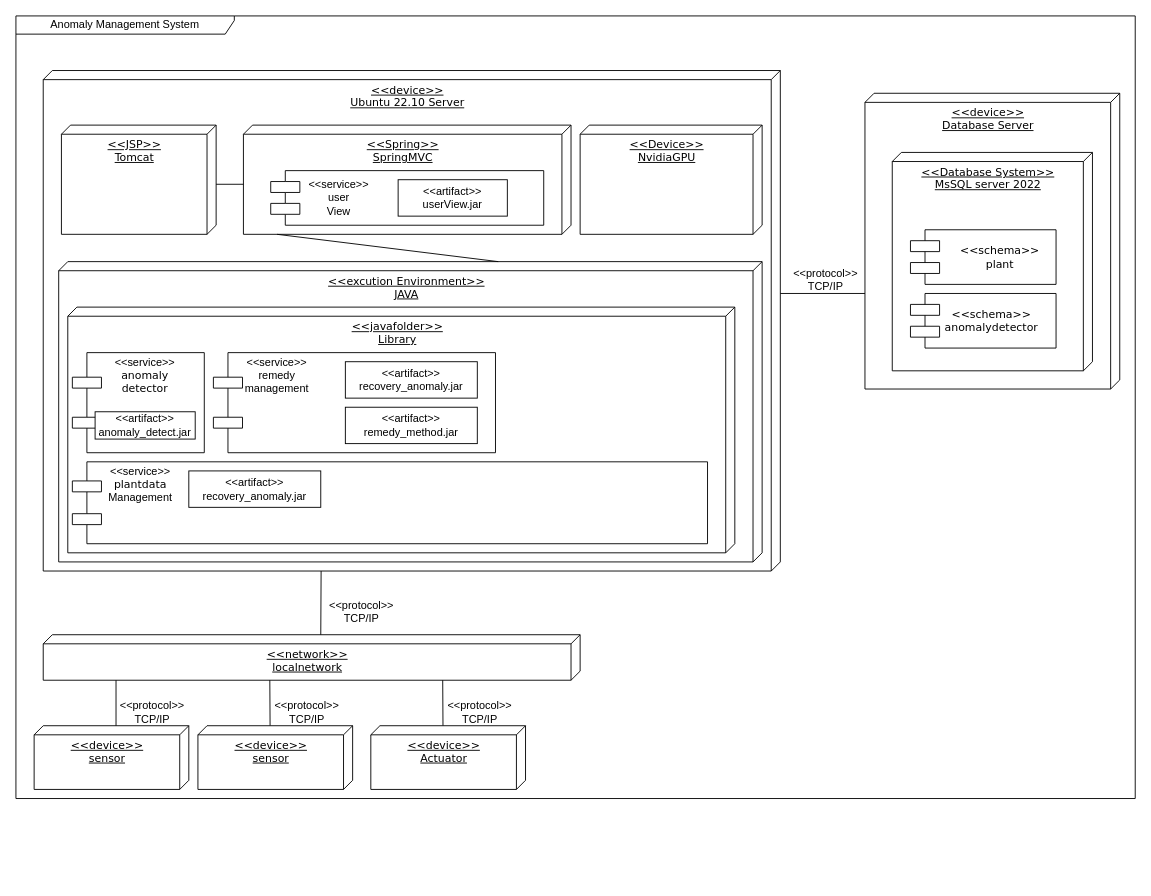
The draw.io diagram 실습7_deployment diagram.drawio in ShineSoYoung/TEST, before the edit. Source tidied: cells renumbered, new cells numbered last; positions are measured from the earlier drawing's top-left corner, leaving out a move shared by most shapes. Both pictures are drawn from the tidied source at 91%, with x=0, y=0 at pixel (15, 15).
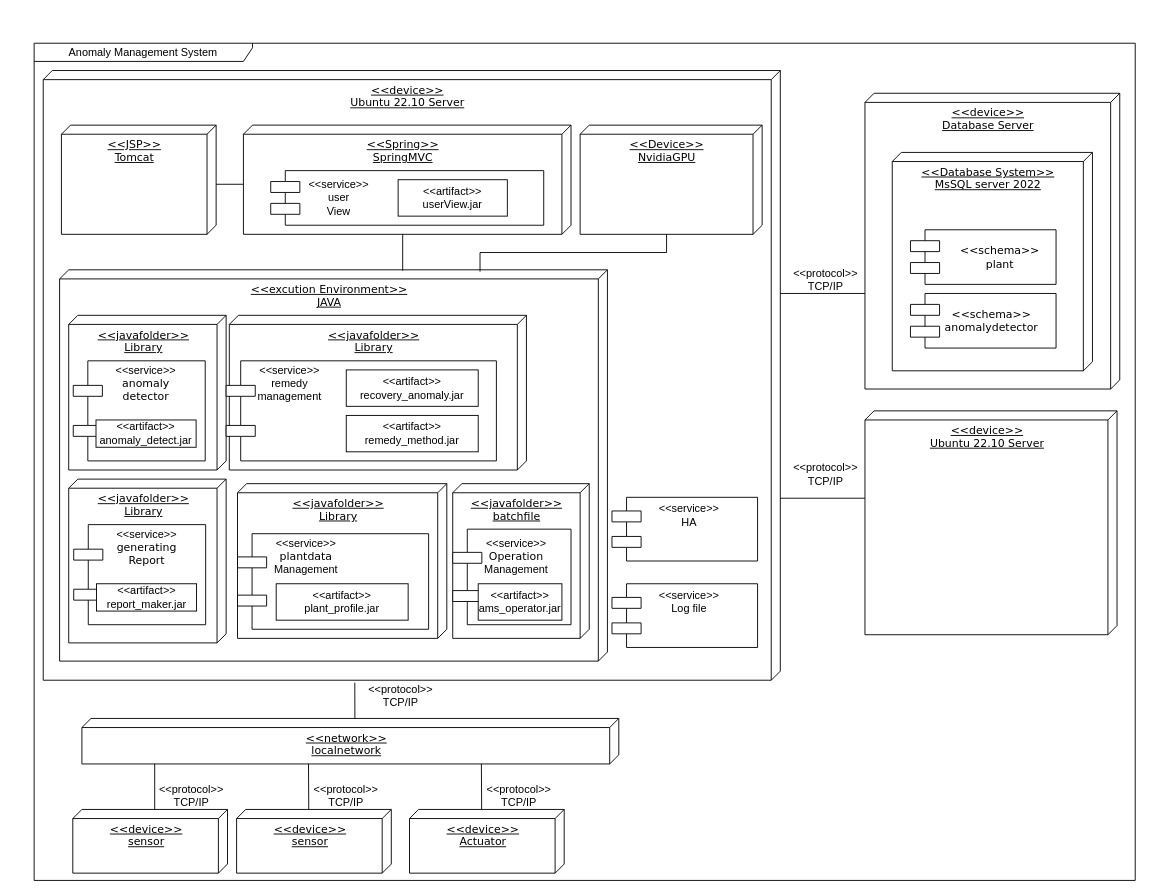
After the change.

Commit message (it also covers changes not shown here):
실습7_deployment diagram.drawio 업데이트

Unchanged cells that the change refers to:
```xml
<mxCell id="7" value="&amp;lt;&amp;lt;Spring&amp;gt;&amp;gt;&lt;br&gt;SpringMVC" style="verticalAlign=top;align=center;spacingTop=8;spacingLeft=2;spacingRight=12;shape=cube;size=10;direction=south;fontStyle=4;html=1;rounded=0;shadow=0;comic=0;labelBackgroundColor=none;strokeWidth=1;fontFamily=Verdana;fontSize=12;" parent="1" vertex="1">
  <mxGeometry x="250" y="120" width="360" height="120" as="geometry" />
</mxCell>
<mxCell id="19" value="&amp;lt;&amp;lt;Device&amp;gt;&amp;gt;&lt;br&gt;NvidiaGPU" style="verticalAlign=top;align=center;spacingTop=8;spacingLeft=2;spacingRight=12;shape=cube;size=10;direction=south;fontStyle=4;html=1;rounded=0;shadow=0;comic=0;labelBackgroundColor=none;strokeWidth=1;fontFamily=Verdana;fontSize=12;" parent="1" vertex="1">
  <mxGeometry x="620" y="120" width="200" height="120" as="geometry" />
</mxCell>
```

The edit, as a diff of the source:
```diff
@@
     <mxCell id="2" value="&amp;lt;&amp;lt;device&amp;gt;&amp;gt; &lt;br&gt;Ubuntu 22.10 Server" style="verticalAlign=top;align=center;spacingTop=8;spacingLeft=2;spacingRight=12;shape=cube;size=10;direction=south;fontStyle=4;html=1;rounded=0;shadow=0;comic=0;labelBackgroundColor=none;strokeWidth=1;fontFamily=Verdana;fontSize=12;" parent="1" vertex="1">
-      <mxGeometry x="30" y="60" width="810" height="550" as="geometry" />
+      <mxGeometry x="30" y="60" width="810" height="670" as="geometry" />
     </mxCell>
     <mxCell id="3" value="Anomaly Management System" style="shape=umlFrame;whiteSpace=wrap;html=1;width=240;height=20;" parent="1" vertex="1">
-      <mxGeometry width="1230" height="860" as="geometry" />
+      <mxGeometry x="20" y="30" width="1210" height="920" as="geometry" />
     </mxCell>
@@
     <mxCell id="10" value="&amp;lt;&amp;lt;device&amp;gt;&amp;gt;&lt;br&gt;sensor" style="verticalAlign=top;align=center;spacingTop=8;spacingLeft=2;spacingRight=12;shape=cube;size=10;direction=south;fontStyle=4;html=1;rounded=0;shadow=0;comic=0;labelBackgroundColor=none;strokeWidth=1;fontFamily=Verdana;fontSize=12;" parent="1" vertex="1">
-      <mxGeometry x="20" y="780" width="170" height="70" as="geometry" />
+      <mxGeometry x="62.5" y="872" width="170" height="70" as="geometry" />
     </mxCell>
     <mxCell id="11" value="&amp;lt;&amp;lt;network&amp;gt;&amp;gt;&lt;br&gt;localnetwork" style="verticalAlign=top;align=center;spacingTop=8;spacingLeft=2;spacingRight=12;shape=cube;size=10;direction=south;fontStyle=4;html=1;rounded=0;shadow=0;comic=0;labelBackgroundColor=none;strokeWidth=1;fontFamily=Verdana;fontSize=12;" parent="1" vertex="1">
-      <mxGeometry x="30" y="680" width="590" height="50" as="geometry" />
+      <mxGeometry x="72.5" y="772" width="590" height="50" as="geometry" />
     </mxCell>
     <mxCell id="12" style="endArrow=none;html=1;rounded=0;exitX=0;exitY=0;exitDx=0;exitDy=80;exitPerimeter=0;" parent="1" edge="1" source="10">
       <mxGeometry relative="1" as="geometry">
-        <mxPoint x="110" y="730" as="targetPoint" />
+        <mxPoint x="152.5" y="822" as="targetPoint" />
       </mxGeometry>
     </mxCell>
     <mxCell id="13" style="endArrow=none;html=1;rounded=0;exitX=0;exitY=0;exitDx=0;exitDy=80;exitPerimeter=0;" parent="1" edge="1">
       <mxGeometry relative="1" as="geometry">
-        <mxPoint x="279.3" y="780" as="sourcePoint" />
-        <mxPoint x="279" y="730" as="targetPoint" />
+        <mxPoint x="321.8" y="872" as="sourcePoint" />
+        <mxPoint x="321.5" y="822" as="targetPoint" />
       </mxGeometry>
     </mxCell>
     <mxCell id="14" value="&amp;lt;&amp;lt;protocol&amp;gt;&amp;gt;&lt;br&gt;TCP/IP" style="text;html=1;strokeColor=none;fillColor=none;align=center;verticalAlign=middle;whiteSpace=wrap;rounded=0;" parent="1" vertex="1">
-      <mxGeometry x="290" y="750" width="60" height="30" as="geometry" />
+      <mxGeometry x="332.5" y="842" width="60" height="30" as="geometry" />
     </mxCell>
     <mxCell id="15" value="&amp;lt;&amp;lt;protocol&amp;gt;&amp;gt;&lt;br&gt;TCP/IP" style="text;html=1;strokeColor=none;fillColor=none;align=center;verticalAlign=middle;whiteSpace=wrap;rounded=0;" parent="1" vertex="1">
-      <mxGeometry x="120" y="750" width="60" height="30" as="geometry" />
+      <mxGeometry x="162.5" y="842" width="60" height="30" as="geometry" />
     </mxCell>
@@
     <mxCell id="17" value="&amp;lt;&amp;lt;device&amp;gt;&amp;gt;&lt;br&gt;sensor" style="verticalAlign=top;align=center;spacingTop=8;spacingLeft=2;spacingRight=12;shape=cube;size=10;direction=south;fontStyle=4;html=1;rounded=0;shadow=0;comic=0;labelBackgroundColor=none;strokeWidth=1;fontFamily=Verdana;fontSize=12;" parent="1" vertex="1">
-      <mxGeometry x="200" y="780" width="170" height="70" as="geometry" />
+      <mxGeometry x="242.5" y="872" width="170" height="70" as="geometry" />
     </mxCell>
-    <mxCell id="18" style="endArrow=none;html=1;rounded=0;entryX=1;entryY=0.623;entryDx=0;entryDy=0;entryPerimeter=0;" parent="1" edge="1" target="2">
+    <mxCell id="18" style="endArrow=none;html=1;rounded=0;entryX=1.004;entryY=0.639;entryDx=0;entryDy=0;entryPerimeter=0;exitX=0;exitY=0;exitDx=0;exitDy=290;exitPerimeter=0;" parent="1" edge="1" source="11">
       <mxGeometry relative="1" as="geometry">
-        <mxPoint x="335" y="680" as="sourcePoint" />
+        <mxPoint x="372.4" y="732.7" as="targetPoint" />
       </mxGeometry>
     </mxCell>
@@
     <mxCell id="20" value="&amp;lt;&amp;lt;excution Environment&amp;gt;&amp;gt;&lt;br&gt;JAVA" style="verticalAlign=top;align=center;spacingTop=8;spacingLeft=2;spacingRight=12;shape=cube;size=10;direction=south;fontStyle=4;html=1;rounded=0;shadow=0;comic=0;labelBackgroundColor=none;strokeWidth=1;fontFamily=Verdana;fontSize=12;" parent="1" vertex="1">
-      <mxGeometry x="47" y="270" width="773" height="330" as="geometry" />
+      <mxGeometry x="48" y="279" width="602" height="430" as="geometry" />
     </mxCell>
     <mxCell id="21" value="&amp;lt;&amp;lt;javafolder&amp;gt;&amp;gt;&lt;br&gt;Library" style="verticalAlign=top;align=center;spacingTop=8;spacingLeft=2;spacingRight=12;shape=cube;size=10;direction=south;fontStyle=4;html=1;rounded=0;shadow=0;comic=0;labelBackgroundColor=none;strokeWidth=1;fontFamily=Verdana;fontSize=12;" parent="1" vertex="1">
-      <mxGeometry x="57" y="320" width="733" height="270" as="geometry" />
+      <mxGeometry x="58" y="329" width="173" height="170" as="geometry" />
     </mxCell>
-    <mxCell id="22" style="shape=component;align=center;spacingLeft=36;rounded=0;shadow=0;comic=0;labelBackgroundColor=none;strokeWidth=1;fontFamily=Verdana;fontSize=12;html=1;" parent="1" vertex="1">
-      <mxGeometry x="62" y="370" width="145" height="110" as="geometry" />
-    </mxCell>
-    <mxCell id="23" value="&lt;div style=&quot;text-align: center;&quot;&gt;&lt;br&gt;&lt;/div&gt;&lt;br&gt;&lt;br&gt;" style="shape=component;align=left;spacingLeft=36;rounded=0;shadow=0;comic=0;labelBackgroundColor=none;strokeWidth=1;fontFamily=Verdana;fontSize=12;html=1;" parent="1" vertex="1">
-      <mxGeometry x="217" y="370" width="310" height="110" as="geometry" />
-    </mxCell>
@@
     <mxCell id="26" style="endArrow=none;html=1;rounded=0;exitX=0;exitY=0;exitDx=0;exitDy=80;exitPerimeter=0;" parent="1" edge="1">
       <mxGeometry relative="1" as="geometry">
-        <mxPoint x="469.3" y="780" as="sourcePoint" />
-        <mxPoint x="469" y="730" as="targetPoint" />
+        <mxPoint x="511.8" y="872" as="sourcePoint" />
+        <mxPoint x="511.5" y="822" as="targetPoint" />
       </mxGeometry>
     </mxCell>
     <mxCell id="27" value="&amp;lt;&amp;lt;protocol&amp;gt;&amp;gt;&lt;br&gt;TCP/IP" style="text;html=1;strokeColor=none;fillColor=none;align=center;verticalAlign=middle;whiteSpace=wrap;rounded=0;" parent="1" vertex="1">
-      <mxGeometry x="480" y="750" width="60" height="30" as="geometry" />
+      <mxGeometry x="522.5" y="842" width="60" height="30" as="geometry" />
     </mxCell>
     <mxCell id="28" value="&amp;lt;&amp;lt;device&amp;gt;&amp;gt;&lt;br&gt;Actuator" style="verticalAlign=top;align=center;spacingTop=8;spacingLeft=2;spacingRight=12;shape=cube;size=10;direction=south;fontStyle=4;html=1;rounded=0;shadow=0;comic=0;labelBackgroundColor=none;strokeWidth=1;fontFamily=Verdana;fontSize=12;" parent="1" vertex="1">
-      <mxGeometry x="390" y="780" width="170" height="70" as="geometry" />
+      <mxGeometry x="432.5" y="872" width="170" height="70" as="geometry" />
     </mxCell>
@@
-    <mxCell id="30" style="endArrow=none;html=1;rounded=0;exitX=0;exitY=0;exitDx=0;exitDy=290;exitPerimeter=0;" parent="1" edge="1" source="20">
+    <mxCell id="30" style="endArrow=none;html=1;rounded=0;entryX=0;entryY=0;entryDx=120;entryDy=185;entryPerimeter=0;" parent="1" edge="1" target="7">
       <mxGeometry relative="1" as="geometry">
-        <mxPoint x="287" y="240" as="targetPoint" />
+        <mxPoint x="425" y="280" as="sourcePoint" />
       </mxGeometry>
     </mxCell>
@@
     <mxCell id="32" value="&amp;lt;&amp;lt;protocol&amp;gt;&amp;gt;&lt;br&gt;TCP/IP" style="text;html=1;strokeColor=none;fillColor=none;align=center;verticalAlign=middle;whiteSpace=wrap;rounded=0;" parent="1" vertex="1">
-      <mxGeometry x="350" y="640" width="60" height="30" as="geometry" />
+      <mxGeometry x="392.5" y="732" width="60" height="30" as="geometry" />
     </mxCell>
+    <mxCell id="40" value="&amp;lt;&amp;lt;service&amp;gt;&amp;gt;&lt;br&gt;user&lt;br&gt;View" style="text;html=1;strokeColor=none;fillColor=none;align=center;verticalAlign=middle;whiteSpace=wrap;rounded=0;" parent="1" vertex="1">
+      <mxGeometry x="320" y="185" width="70" height="30" as="geometry" />
+    </mxCell>
+    <mxCell id="42" value="&amp;lt;&amp;lt;javafolder&amp;gt;&amp;gt;&lt;br&gt;Library" style="verticalAlign=top;align=center;spacingTop=8;spacingLeft=2;spacingRight=12;shape=cube;size=10;direction=south;fontStyle=4;html=1;rounded=0;shadow=0;comic=0;labelBackgroundColor=none;strokeWidth=1;fontFamily=Verdana;fontSize=12;" parent="1" vertex="1">
+      <mxGeometry x="234.5" y="329" width="326.5" height="170" as="geometry" />
+    </mxCell>
+    <mxCell id="22" style="shape=component;align=center;spacingLeft=36;rounded=0;shadow=0;comic=0;labelBackgroundColor=none;strokeWidth=1;fontFamily=Verdana;fontSize=12;html=1;" parent="1" vertex="1">
+      <mxGeometry x="63" y="379" width="145" height="110" as="geometry" />
+    </mxCell>
+    <mxCell id="23" value="&lt;div style=&quot;text-align: center;&quot;&gt;&lt;br&gt;&lt;/div&gt;&lt;br&gt;&lt;br&gt;" style="shape=component;align=left;spacingLeft=36;rounded=0;shadow=0;comic=0;labelBackgroundColor=none;strokeWidth=1;fontFamily=Verdana;fontSize=12;html=1;" parent="1" vertex="1">
+      <mxGeometry x="231" y="379" width="297" height="110" as="geometry" />
+    </mxCell>
     <mxCell id="33" value="&amp;lt;&amp;lt;artifact&amp;gt;&amp;gt;&lt;br&gt;recovery_anomaly.jar" style="rounded=0;whiteSpace=wrap;html=1;" parent="1" vertex="1">
-      <mxGeometry x="362" y="380" width="145" height="40" as="geometry" />
+      <mxGeometry x="363" y="389" width="145" height="40" as="geometry" />
     </mxCell>
     <mxCell id="34" value="&amp;lt;&amp;lt;artifact&amp;gt;&amp;gt;&lt;br&gt;anomaly_detect.jar" style="rounded=0;whiteSpace=wrap;html=1;" parent="1" vertex="1">
-      <mxGeometry x="87" y="435" width="110" height="30" as="geometry" />
+      <mxGeometry x="88" y="444" width="110" height="30" as="geometry" />
     </mxCell>
-    <mxCell id="35" style="shape=component;align=left;spacingLeft=36;rounded=0;shadow=0;comic=0;labelBackgroundColor=none;strokeWidth=1;fontFamily=Verdana;fontSize=12;html=1;" parent="1" vertex="1">
-      <mxGeometry x="62" y="490" width="698" height="90" as="geometry" />
-    </mxCell>
     <mxCell id="36" value="&amp;lt;&amp;lt;service&amp;gt;&amp;gt;&lt;br style=&quot;border-color: var(--border-color); font-family: Verdana;&quot;&gt;&lt;span style=&quot;font-family: Verdana;&quot;&gt;anomaly&lt;/span&gt;&lt;br style=&quot;border-color: var(--border-color); font-family: Verdana;&quot;&gt;&lt;span style=&quot;font-family: Verdana;&quot;&gt;detector&lt;/span&gt;" style="text;html=1;strokeColor=none;fillColor=none;align=center;verticalAlign=middle;whiteSpace=wrap;rounded=0;" parent="1" vertex="1">
-      <mxGeometry x="112" y="380" width="60" height="30" as="geometry" />
+      <mxGeometry x="113" y="389" width="60" height="30" as="geometry" />
     </mxCell>
     <mxCell id="37" value="&amp;lt;&amp;lt;service&amp;gt;&amp;gt;&lt;br&gt;remedy&lt;br&gt;management" style="text;html=1;strokeColor=none;fillColor=none;align=center;verticalAlign=middle;whiteSpace=wrap;rounded=0;" parent="1" vertex="1">
-      <mxGeometry x="252" y="380" width="70" height="30" as="geometry" />
+      <mxGeometry x="266" y="389" width="70" height="30" as="geometry" />
     </mxCell>
+    <mxCell id="39" value="&amp;lt;&amp;lt;artifact&amp;gt;&amp;gt;&lt;br&gt;remedy_method.jar" style="rounded=0;whiteSpace=wrap;html=1;" parent="1" vertex="1">
+      <mxGeometry x="363" y="439" width="145" height="40" as="geometry" />
+    </mxCell>
+    <mxCell id="43" value="&amp;lt;&amp;lt;javafolder&amp;gt;&amp;gt;&lt;br&gt;Library" style="verticalAlign=top;align=center;spacingTop=8;spacingLeft=2;spacingRight=12;shape=cube;size=10;direction=south;fontStyle=4;html=1;rounded=0;shadow=0;comic=0;labelBackgroundColor=none;strokeWidth=1;fontFamily=Verdana;fontSize=12;" parent="1" vertex="1">
+      <mxGeometry x="243.5" y="514" width="230" height="170" as="geometry" />
+    </mxCell>
+    <mxCell id="35" style="shape=component;align=left;spacingLeft=36;rounded=0;shadow=0;comic=0;labelBackgroundColor=none;strokeWidth=1;fontFamily=Verdana;fontSize=12;html=1;" parent="1" vertex="1">
+      <mxGeometry x="243.5" y="569" width="210" height="105" as="geometry" />
+    </mxCell>
     <mxCell id="38" value="&amp;lt;&amp;lt;service&amp;gt;&amp;gt;&lt;br style=&quot;border-color: var(--border-color); font-family: Verdana;&quot;&gt;&lt;font face=&quot;Verdana&quot;&gt;plantdata&lt;br&gt;&lt;/font&gt;Management" style="text;html=1;strokeColor=none;fillColor=none;align=center;verticalAlign=middle;whiteSpace=wrap;rounded=0;" parent="1" vertex="1">
-      <mxGeometry x="107" y="500" width="60" height="30" as="geometry" />
+      <mxGeometry x="288.5" y="579" width="60" height="30" as="geometry" />
     </mxCell>
-    <mxCell id="39" value="&amp;lt;&amp;lt;artifact&amp;gt;&amp;gt;&lt;br&gt;remedy_method.jar" style="rounded=0;whiteSpace=wrap;html=1;" parent="1" vertex="1">
-      <mxGeometry x="362" y="430" width="145" height="40" as="geometry" />
-    </mxCell>
-    <mxCell id="40" value="&amp;lt;&amp;lt;service&amp;gt;&amp;gt;&lt;br&gt;user&lt;br&gt;View" style="text;html=1;strokeColor=none;fillColor=none;align=center;verticalAlign=middle;whiteSpace=wrap;rounded=0;" parent="1" vertex="1">
-      <mxGeometry x="320" y="185" width="70" height="30" as="geometry" />
-    </mxCell>
-    <mxCell id="41" value="&amp;lt;&amp;lt;artifact&amp;gt;&amp;gt;&lt;br&gt;recovery_anomaly.jar" style="rounded=0;whiteSpace=wrap;html=1;" parent="1" vertex="1">
-      <mxGeometry x="190" y="500" width="145" height="40" as="geometry" />
+    <mxCell id="41" value="&amp;lt;&amp;lt;artifact&amp;gt;&amp;gt;&lt;br&gt;plant_profile.jar" style="rounded=0;whiteSpace=wrap;html=1;" parent="1" vertex="1">
+      <mxGeometry x="286" y="624" width="145" height="40" as="geometry" />
     </mxCell>
+    <mxCell id="44" value="&amp;lt;&amp;lt;javafolder&amp;gt;&amp;gt;&lt;br&gt;Library" style="verticalAlign=top;align=center;spacingTop=8;spacingLeft=2;spacingRight=12;shape=cube;size=10;direction=south;fontStyle=4;html=1;rounded=0;shadow=0;comic=0;labelBackgroundColor=none;strokeWidth=1;fontFamily=Verdana;fontSize=12;" parent="1" vertex="1">
+      <mxGeometry x="58" y="509" width="173" height="180" as="geometry" />
+    </mxCell>
+    <mxCell id="45" style="shape=component;align=center;spacingLeft=36;rounded=0;shadow=0;comic=0;labelBackgroundColor=none;strokeWidth=1;fontFamily=Verdana;fontSize=12;html=1;" parent="1" vertex="1">
+      <mxGeometry x="63.5" y="559" width="145" height="110" as="geometry" />
+    </mxCell>
+    <mxCell id="46" value="&amp;lt;&amp;lt;artifact&amp;gt;&amp;gt;&lt;br&gt;report_maker.jar" style="rounded=0;whiteSpace=wrap;html=1;" parent="1" vertex="1">
+      <mxGeometry x="88.5" y="624" width="110" height="30" as="geometry" />
+    </mxCell>
+    <mxCell id="47" value="&amp;lt;&amp;lt;service&amp;gt;&amp;gt;&lt;br style=&quot;border-color: var(--border-color); font-family: Verdana;&quot;&gt;&lt;font face=&quot;Verdana&quot;&gt;generating&lt;br&gt;Report&lt;br&gt;&lt;/font&gt;" style="text;html=1;strokeColor=none;fillColor=none;align=center;verticalAlign=middle;whiteSpace=wrap;rounded=0;" parent="1" vertex="1">
+      <mxGeometry x="113.5" y="569" width="60" height="30" as="geometry" />
+    </mxCell>
+    <mxCell id="48" value="&lt;div style=&quot;text-align: center;&quot;&gt;&lt;br&gt;&lt;/div&gt;&lt;br&gt;&lt;br&gt;" style="shape=component;align=left;spacingLeft=36;rounded=0;shadow=0;comic=0;labelBackgroundColor=none;strokeWidth=1;fontFamily=Verdana;fontSize=12;html=1;" parent="1" vertex="1">
+      <mxGeometry x="655" y="529" width="160" height="70" as="geometry" />
+    </mxCell>
+    <mxCell id="49" value="&amp;lt;&amp;lt;service&amp;gt;&amp;gt;&lt;br&gt;HA" style="text;html=1;strokeColor=none;fillColor=none;align=center;verticalAlign=middle;whiteSpace=wrap;rounded=0;" parent="1" vertex="1">
+      <mxGeometry x="705" y="534" width="70" height="30" as="geometry" />
+    </mxCell>
+    <mxCell id="50" style="endArrow=none;html=1;rounded=0;entryX=0;entryY=0;entryDx=120;entryDy=105;entryPerimeter=0;" parent="1" edge="1" target="19">
+      <mxGeometry relative="1" as="geometry">
+        <mxPoint x="510" y="281" as="sourcePoint" />
+        <Array as="points">
+          <mxPoint x="510" y="260" />
+          <mxPoint x="715" y="260" />
+        </Array>
+      </mxGeometry>
+    </mxCell>
+    <mxCell id="51" value="&amp;lt;&amp;lt;device&amp;gt;&amp;gt; &lt;br&gt;Ubuntu 22.10 Server" style="verticalAlign=top;align=center;spacingTop=8;spacingLeft=2;spacingRight=12;shape=cube;size=10;direction=south;fontStyle=4;html=1;rounded=0;shadow=0;comic=0;labelBackgroundColor=none;strokeWidth=1;fontFamily=Verdana;fontSize=12;" parent="1" vertex="1">
+      <mxGeometry x="933" y="434" width="277" height="246" as="geometry" />
+    </mxCell>
+    <mxCell id="52" style="endArrow=none;html=1;rounded=0;entryX=0;entryY=0;entryDx=220;entryDy=280;entryPerimeter=0;" parent="1" edge="1">
+      <mxGeometry relative="1" as="geometry">
+        <mxPoint x="840" y="530" as="sourcePoint" />
+        <mxPoint x="933" y="530" as="targetPoint" />
+      </mxGeometry>
+    </mxCell>
+    <mxCell id="53" value="&amp;lt;&amp;lt;protocol&amp;gt;&amp;gt;&lt;br&gt;TCP/IP" style="text;html=1;strokeColor=none;fillColor=none;align=center;verticalAlign=middle;whiteSpace=wrap;rounded=0;" parent="1" vertex="1">
+      <mxGeometry x="860" y="489" width="60" height="30" as="geometry" />
+    </mxCell>
+    <mxCell id="54" value="&amp;lt;&amp;lt;javafolder&amp;gt;&amp;gt;&lt;br&gt;batchfile" style="verticalAlign=top;align=center;spacingTop=8;spacingLeft=2;spacingRight=12;shape=cube;size=10;direction=south;fontStyle=4;html=1;rounded=0;shadow=0;comic=0;labelBackgroundColor=none;strokeWidth=1;fontFamily=Verdana;fontSize=12;" parent="1" vertex="1">
+      <mxGeometry x="480" y="514" width="150" height="170" as="geometry" />
+    </mxCell>
+    <mxCell id="55" style="shape=component;align=left;spacingLeft=36;rounded=0;shadow=0;comic=0;labelBackgroundColor=none;strokeWidth=1;fontFamily=Verdana;fontSize=12;html=1;" parent="1" vertex="1">
+      <mxGeometry x="480" y="564" width="130" height="105" as="geometry" />
+    </mxCell>
+    <mxCell id="56" value="&amp;lt;&amp;lt;service&amp;gt;&amp;gt;&lt;br style=&quot;border-color: var(--border-color); font-family: Verdana;&quot;&gt;&lt;font face=&quot;Verdana&quot;&gt;Operation&lt;br&gt;&lt;/font&gt;Management" style="text;html=1;strokeColor=none;fillColor=none;align=center;verticalAlign=middle;whiteSpace=wrap;rounded=0;" parent="1" vertex="1">
+      <mxGeometry x="520" y="579" width="60" height="30" as="geometry" />
+    </mxCell>
+    <mxCell id="57" value="&amp;lt;&amp;lt;artifact&amp;gt;&amp;gt;&lt;br&gt;ams_operator.jar" style="rounded=0;whiteSpace=wrap;html=1;" parent="1" vertex="1">
+      <mxGeometry x="508" y="624" width="92" height="40" as="geometry" />
+    </mxCell>
+    <mxCell id="58" value="&lt;div style=&quot;text-align: center;&quot;&gt;&lt;br&gt;&lt;/div&gt;&lt;br&gt;&lt;br&gt;" style="shape=component;align=left;spacingLeft=36;rounded=0;shadow=0;comic=0;labelBackgroundColor=none;strokeWidth=1;fontFamily=Verdana;fontSize=12;html=1;" parent="1" vertex="1">
+      <mxGeometry x="655" y="624" width="160" height="70" as="geometry" />
+    </mxCell>
+    <mxCell id="59" value="&amp;lt;&amp;lt;service&amp;gt;&amp;gt;&lt;br&gt;Log file" style="text;html=1;strokeColor=none;fillColor=none;align=center;verticalAlign=middle;whiteSpace=wrap;rounded=0;" parent="1" vertex="1">
+      <mxGeometry x="705" y="629" width="70" height="30" as="geometry" />
+    </mxCell>
```
